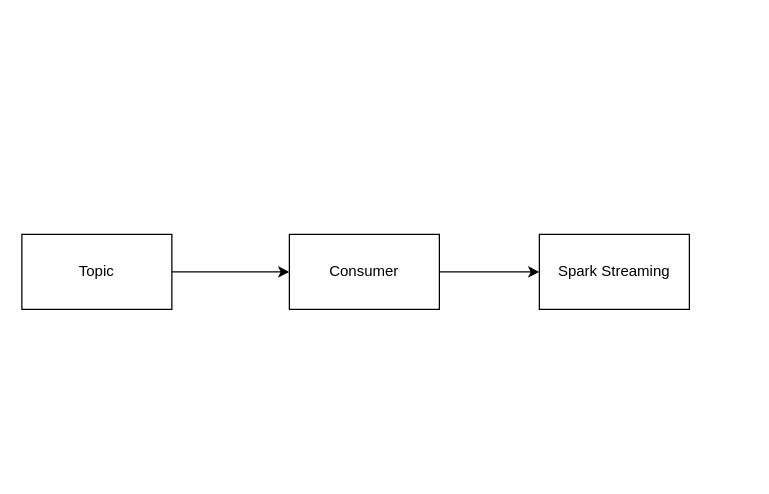
Above: images/diagrams/Kafka-Spark-direct.drawio in nicshub/tap (draw.io), before the change. Source tidied: cells renumbered, new cells numbered last; positions are measured from the earlier drawing's top-left corner, leaving out a move shared by most shapes. Both pictures are drawn from the tidied source at 125%, with x=0, y=0 at pixel (21, 234).
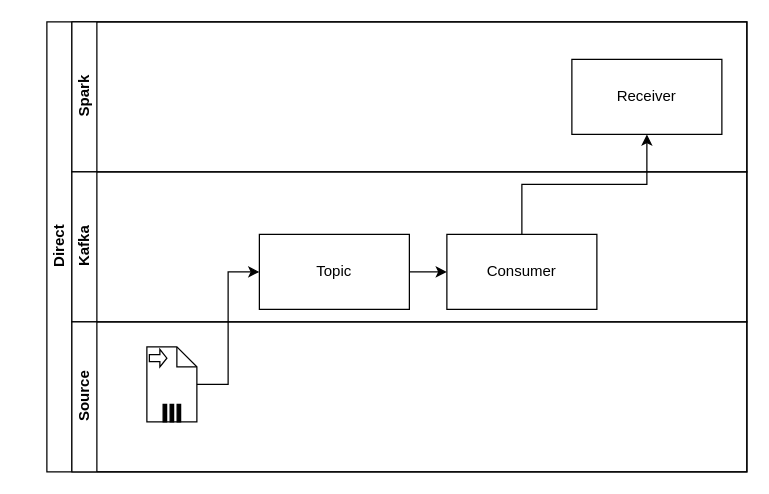
The same diagram, later.

Change to the diagram source:
```diff
@@
 <mxGraphModel>
   <root>
     <mxCell id="0" />
     <mxCell id="1" parent="0" />
-    <mxCell id="2" style="edgeStyle=orthogonalEdgeStyle;rounded=0;jettySize=auto;html=1;" parent="1" edge="1" source="3" target="4">
-      <mxGeometry relative="1" as="geometry" />
-    </mxCell>
-    <mxCell id="3" value="Consumer" style="rounded=0;whiteSpace=wrap;html=1;" parent="1" vertex="1">
-      <mxGeometry x="214" width="120" height="60" as="geometry" />
-    </mxCell>
+    <mxCell id="7" value="Direct" style="swimlane;html=1;horizontal=0;startSize=20;" parent="1" vertex="1">
+      <mxGeometry x="20" y="-170" width="560" height="360" as="geometry" />
+    </mxCell>
+    <mxCell id="8" value="Spark" style="swimlane;html=1;startSize=20;horizontal=0;" parent="7" vertex="1">
+      <mxGeometry x="20" width="540" height="120" as="geometry" />
+    </mxCell>
-    <mxCell id="4" value="Spark Streaming" style="rounded=0;whiteSpace=wrap;html=1;" parent="1" vertex="1">
-      <mxGeometry x="414" width="120" height="60" as="geometry" />
+    <mxCell id="4" value="Receiver" style="rounded=0;whiteSpace=wrap;html=1;" parent="8" vertex="1">
+      <mxGeometry x="400" y="30" width="120" height="60" as="geometry" />
     </mxCell>
+    <mxCell id="9" value="Kafka" style="swimlane;html=1;startSize=20;horizontal=0;" parent="7" vertex="1">
+      <mxGeometry x="20" y="120" width="540" height="120" as="geometry" />
+    </mxCell>
-    <mxCell id="5" style="edgeStyle=orthogonalEdgeStyle;rounded=0;jettySize=auto;html=1;entryX=0;entryY=0.5;entryDx=0;entryDy=0;" parent="1" edge="1" source="6" target="3">
+    <mxCell id="5" style="edgeStyle=orthogonalEdgeStyle;rounded=0;jettySize=auto;html=1;entryX=0;entryY=0.5;entryDx=0;entryDy=0;" parent="9" edge="1" source="6" target="3">
       <mxGeometry relative="1" as="geometry" />
     </mxCell>
-    <mxCell id="6" value="Topic" style="rounded=0;whiteSpace=wrap;html=1;" parent="1" vertex="1">
-      <mxGeometry width="120" height="60" as="geometry" />
+    <mxCell id="6" value="Topic" style="rounded=0;whiteSpace=wrap;html=1;" parent="9" vertex="1">
+      <mxGeometry x="150" y="50" width="120" height="60" as="geometry" />
     </mxCell>
+    <mxCell id="3" value="Consumer" style="rounded=0;whiteSpace=wrap;html=1;" parent="9" vertex="1">
+      <mxGeometry x="300" y="50" width="120" height="60" as="geometry" />
+    </mxCell>
+    <mxCell id="10" value="Source" style="swimlane;html=1;startSize=20;horizontal=0;" parent="7" vertex="1">
+      <mxGeometry x="20" y="240" width="540" height="120" as="geometry" />
+    </mxCell>
+    <mxCell id="11" style="shape=note;whiteSpace=wrap;size=16;html=1;" parent="10" vertex="1">
+      <mxGeometry x="60" y="20" width="40" height="60" as="geometry" />
+    </mxCell>
+    <mxCell id="12" style="html=1;shape=singleArrow;arrowWidth=0.4;arrowSize=0.4;" parent="11" vertex="1">
+      <mxGeometry width="14" height="14" relative="1" as="geometry">
+        <mxPoint x="2" y="2" as="offset" />
+      </mxGeometry>
+    </mxCell>
+    <mxCell id="13" style="html=1;whiteSpace=wrap;shape=parallelMarker;" parent="11" vertex="1">
+      <mxGeometry x="0.5" y="1" width="14" height="14" relative="1" as="geometry">
+        <mxPoint x="-7" y="-14" as="offset" />
+      </mxGeometry>
+    </mxCell>
+    <mxCell id="2" style="edgeStyle=orthogonalEdgeStyle;rounded=0;jettySize=auto;html=1;" parent="7" edge="1" source="3" target="4">
+      <mxGeometry relative="1" as="geometry" />
+    </mxCell>
+    <mxCell id="14" style="edgeStyle=orthogonalEdgeStyle;rounded=0;jettySize=auto;html=1;entryX=0;entryY=0.5;entryDx=0;entryDy=0;" parent="7" edge="1" source="11" target="6">
+      <mxGeometry relative="1" as="geometry" />
+    </mxCell>
   </root>
 </mxGraphModel>
```
